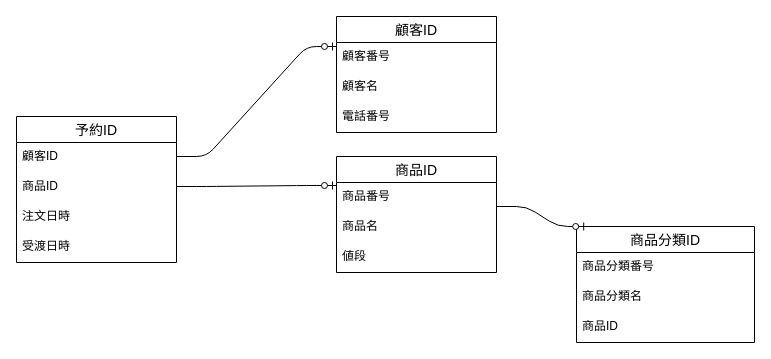
Above: Untitled Diagram.drawio in e6i24vi/fjord_practice (draw.io), before the change. Source tidied: cells renumbered, new cells numbered last; positions are measured from the earlier drawing's top-left corner, leaving out a move shared by most shapes. Both pictures are drawn from the tidied source at 100%, with x=0, y=0 at pixel (16, 16).
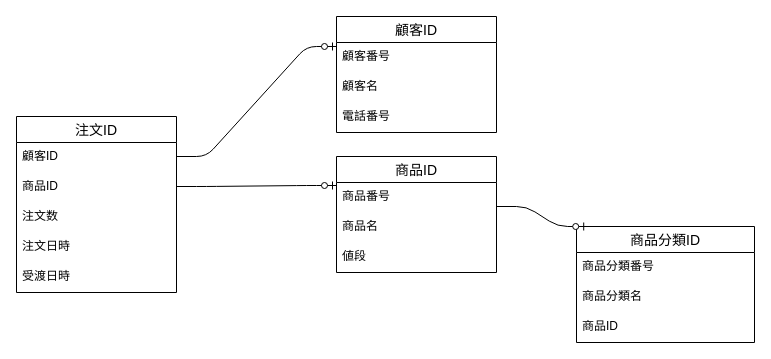
The same diagram, later.

Commit message (it also covers changes not shown here):
Untitled Diagram.drawio を更新します

The edit, as a diff of the source:
```diff
@@
-    <mxCell id="2" value="予約ID" style="swimlane;fontStyle=0;horizontal=1;startSize=26;align=center;fontSize=14;" parent="1" vertex="1">
-      <mxGeometry y="100" width="160" height="146" as="geometry" />
+    <mxCell id="2" value="注文ID" style="swimlane;fontStyle=0;horizontal=1;startSize=26;align=center;fontSize=14;" parent="1" vertex="1">
+      <mxGeometry y="100" width="160" height="176" as="geometry" />
     </mxCell>
@@
+    <mxCell id="22" value="注文数" style="text;strokeColor=none;fillColor=none;spacingLeft=4;spacingRight=4;overflow=hidden;fontSize=12;" parent="2" vertex="1">
+      <mxGeometry y="86" width="160" height="30" as="geometry" />
+    </mxCell>
     <mxCell id="5" value="注文日時" style="text;strokeColor=none;fillColor=none;spacingLeft=4;spacingRight=4;overflow=hidden;fontSize=12;" parent="2" vertex="1">
-      <mxGeometry y="86" width="160" height="30" as="geometry" />
+      <mxGeometry y="116" width="160" height="30" as="geometry" />
     </mxCell>
     <mxCell id="6" value="受渡日時" style="text;strokeColor=none;fillColor=none;spacingLeft=4;spacingRight=4;overflow=hidden;fontSize=12;" parent="2" vertex="1">
-      <mxGeometry y="116" width="160" height="30" as="geometry" />
+      <mxGeometry y="146" width="160" height="30" as="geometry" />
     </mxCell>
```
